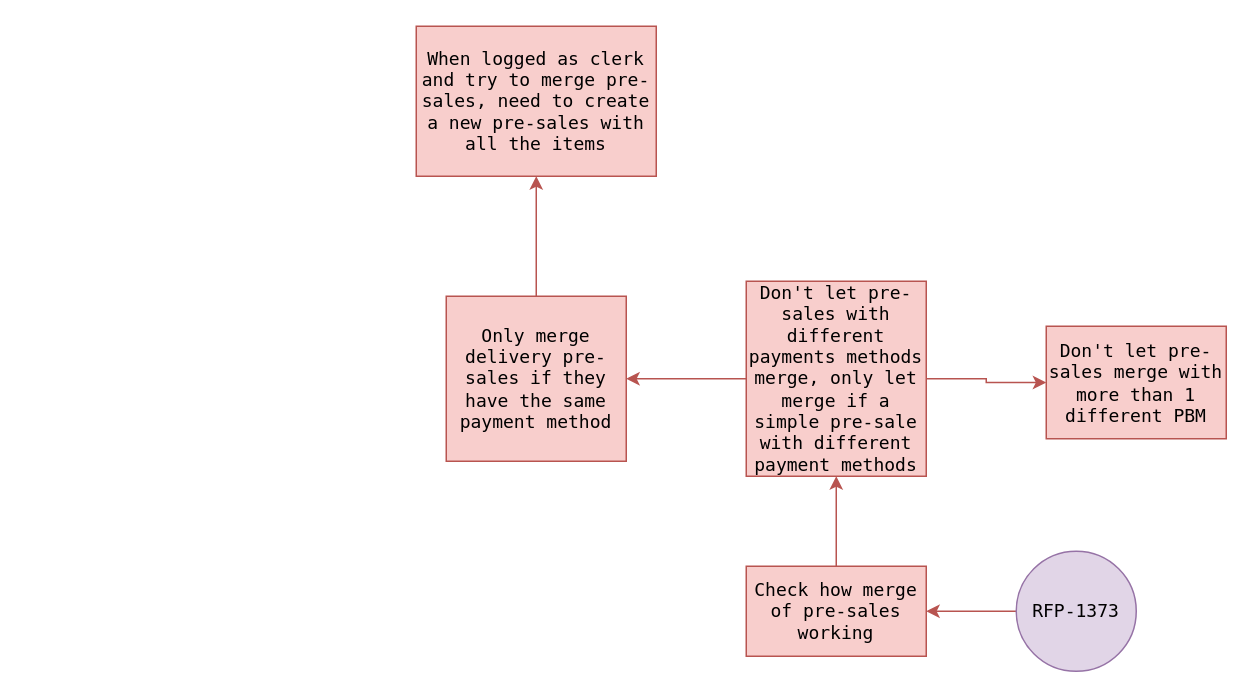
Earlier version of the draw.io diagram work/rca/RFP-1373-MindMap.drawio (JoaoDiasDev/mind-maps). Source tidied: cells renumbered, new cells numbered last; positions are measured from the earlier drawing's top-left corner, leaving out a move shared by most shapes. Both pictures are drawn from the tidied source at 150%, with x=0, y=0 at pixel (416, 26).
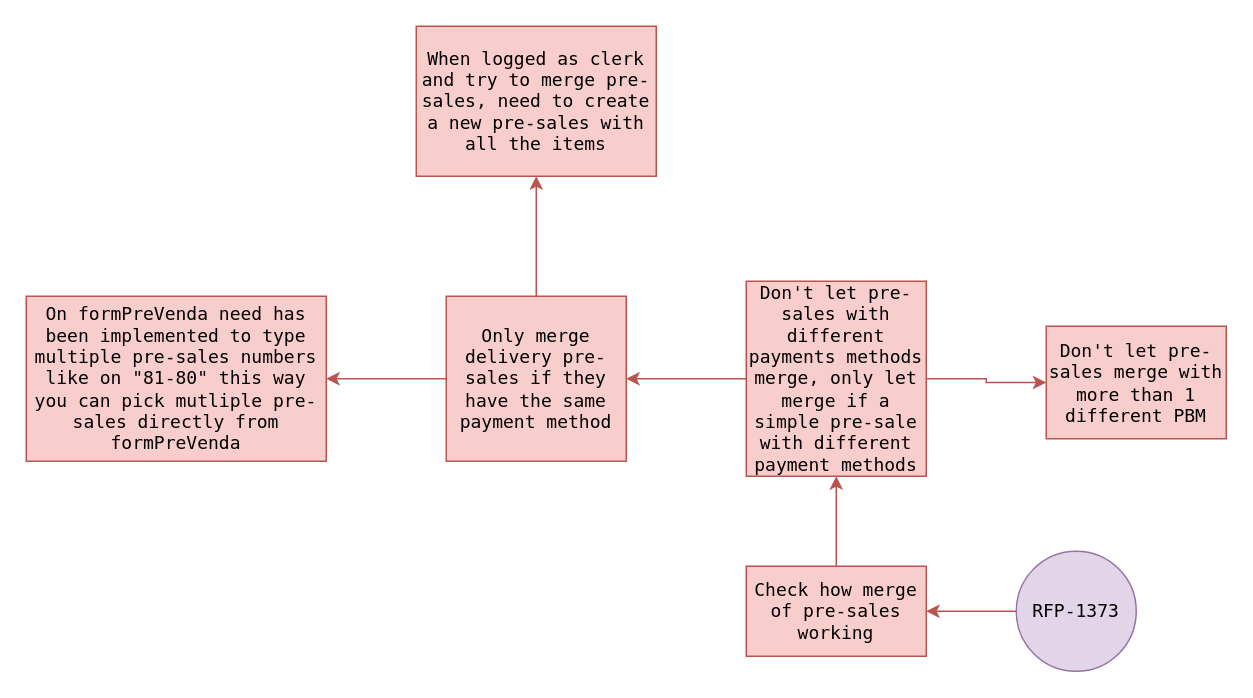
Above is the later version.

The edit, as a diff of the source:
```diff
@@
 <mxGraphModel>
   <root>
     <mxCell id="0" />
     <mxCell id="1" parent="0" />
     <mxCell id="2" style="edgeStyle=orthogonalEdgeStyle;rounded=0;jettySize=auto;html=1;fillColor=#f8cecc;strokeColor=#b85450;" parent="1" edge="1" source="3" target="5">
       <mxGeometry relative="1" as="geometry" />
     </mxCell>
     <mxCell id="3" value="RFP-1373" style="ellipse;whiteSpace=wrap;html=1;fillColor=#e1d5e7;strokeColor=#9673a6;fontFamily=Lucida Console;" parent="1" vertex="1">
       <mxGeometry x="400" y="350" width="80" height="80" as="geometry" />
     </mxCell>
     <mxCell id="4" style="edgeStyle=orthogonalEdgeStyle;rounded=0;jettySize=auto;html=1;fillColor=#f8cecc;strokeColor=#b85450;" parent="1" edge="1" source="5" target="8">
       <mxGeometry relative="1" as="geometry" />
     </mxCell>
     <mxCell id="5" value="Check how merge of pre-sales working" style="whiteSpace=wrap;html=1;fontFamily=Lucida Console;fillColor=#f8cecc;strokeColor=#b85450;" parent="1" vertex="1">
       <mxGeometry x="220" y="360" width="120" height="60" as="geometry" />
     </mxCell>
     <mxCell id="6" style="edgeStyle=orthogonalEdgeStyle;rounded=0;jettySize=auto;html=1;fillColor=#f8cecc;strokeColor=#b85450;" parent="1" edge="1" source="8" target="9">
       <mxGeometry relative="1" as="geometry" />
     </mxCell>
     <mxCell id="7" style="edgeStyle=orthogonalEdgeStyle;rounded=0;jettySize=auto;html=1;fillColor=#f8cecc;strokeColor=#b85450;" parent="1" edge="1" source="8" target="11">
       <mxGeometry relative="1" as="geometry" />
     </mxCell>
     <mxCell id="8" value="Don't let pre-sales with different payments methods merge, only let merge if a simple pre-sale with different payment methods" style="whiteSpace=wrap;html=1;fontFamily=Lucida Console;fillColor=#f8cecc;strokeColor=#b85450;" parent="1" vertex="1">
       <mxGeometry x="220" y="170" width="120" height="130" as="geometry" />
     </mxCell>
     <mxCell id="9" value="Don't let pre-sales merge with more than 1 different PBM" style="whiteSpace=wrap;html=1;fontFamily=Lucida Console;fillColor=#f8cecc;strokeColor=#b85450;" parent="1" vertex="1">
       <mxGeometry x="420" y="200" width="120" height="75" as="geometry" />
     </mxCell>
     <mxCell id="10" style="edgeStyle=orthogonalEdgeStyle;rounded=0;jettySize=auto;html=1;fillColor=#f8cecc;strokeColor=#b85450;" parent="1" edge="1" source="11" target="12">
       <mxGeometry relative="1" as="geometry" />
     </mxCell>
+    <mxCell id="13" style="edgeStyle=orthogonalEdgeStyle;rounded=0;jettySize=auto;html=1;fillColor=#f8cecc;strokeColor=#b85450;" parent="1" edge="1" source="11" target="14">
+      <mxGeometry relative="1" as="geometry" />
+    </mxCell>
     <mxCell id="11" value="Only merge delivery pre-sales if they have the same payment method" style="whiteSpace=wrap;html=1;fontFamily=Lucida Console;fillColor=#f8cecc;strokeColor=#b85450;" parent="1" vertex="1">
       <mxGeometry x="20" y="180" width="120" height="110" as="geometry" />
     </mxCell>
     <mxCell id="12" value="When logged as clerk and try to merge pre-sales, need to create a new pre-sales with all the items" style="whiteSpace=wrap;html=1;fontFamily=Lucida Console;fillColor=#f8cecc;strokeColor=#b85450;" parent="1" vertex="1">
       <mxGeometry width="160" height="100" as="geometry" />
     </mxCell>
+    <mxCell id="14" value="On formPreVenda need has been implemented to type multiple pre-sales numbers like on &quot;81-80&quot; this way you can pick mutliple pre-sales directly from formPreVenda" style="whiteSpace=wrap;html=1;fontFamily=Lucida Console;fillColor=#f8cecc;strokeColor=#b85450;" parent="1" vertex="1">
+      <mxGeometry x="-260" y="180" width="200" height="110" as="geometry" />
+    </mxCell>
   </root>
 </mxGraphModel>
```
